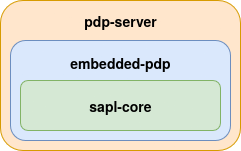
Earlier version of the draw.io export assets/structure.png (heutelbeck/sapl-rust). Source tidied: cells renumbered, new cells last; positions are measured from the earlier drawing's top-left corner, leaving out a move shared by most shapes.
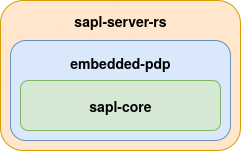
After the commit.

Commit message:
rename missing field pdp-server -> sapl-server-rs

What changed in the source:
```diff
@@ -5,7 +5,7 @@
     <mxCell id="2" style="rounded=1;whiteSpace=wrap;html=1;fillColor=#ffe6cc;strokeColor=#d79b00;" parent="1" vertex="1">
       <mxGeometry width="240" height="150" as="geometry" />
     </mxCell>
-    <mxCell id="3" value="pdp-server" style="text;html=1;align=center;verticalAlign=middle;whiteSpace=wrap;rounded=0;fontSize=14;fontStyle=1;" parent="1" vertex="1">
+    <mxCell id="3" value="sapl-server-rs" style="text;html=1;align=center;verticalAlign=middle;whiteSpace=wrap;rounded=0;fontSize=14;fontStyle=1;" parent="1" vertex="1">
       <mxGeometry x="40" y="5" width="160" height="30" as="geometry" />
     </mxCell>
     <mxCell id="4" style="rounded=1;whiteSpace=wrap;html=1;fillColor=#dae8fc;strokeColor=#6c8ebf;" parent="1" vertex="1">
```
